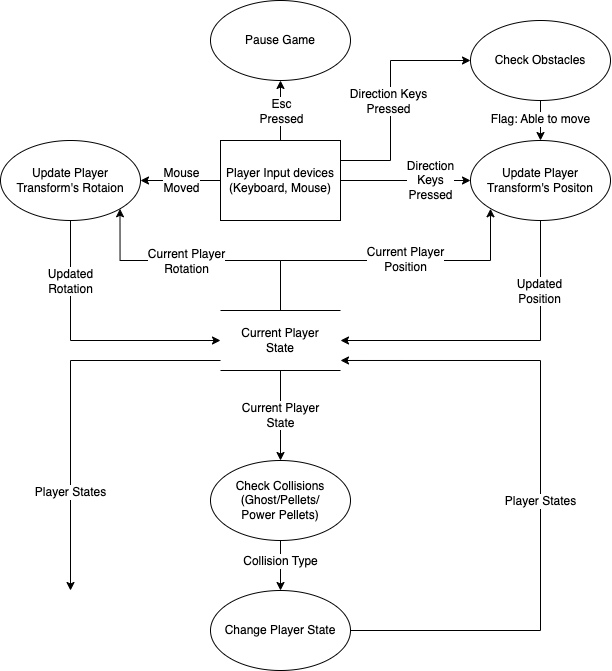
The draw.io diagram Pictures/DFD/PlayerControl_DFD.png in Mokmokhi/Pacman, before a commit. Source tidied: cells renumbered, new cells last; positions are measured from the earlier drawing's top-left corner, leaving out a move shared by most shapes.
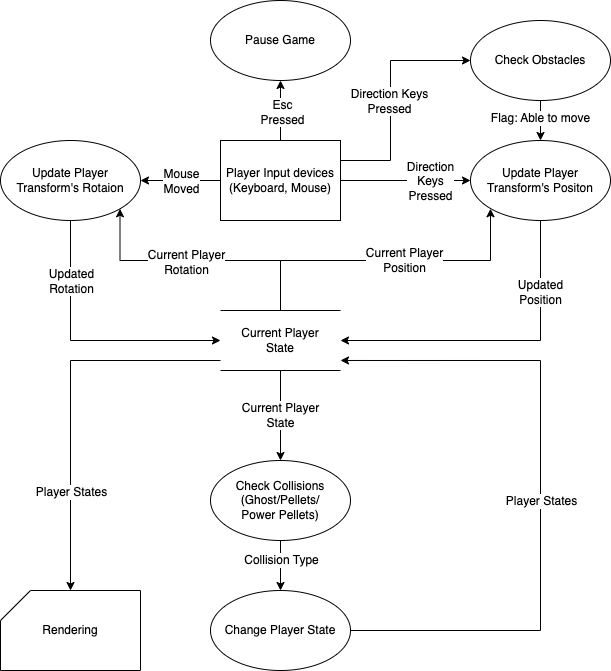
Later version of the same file.

Commit message:
Updated plyer dfd

Change to the diagram source:
```diff
@@ -147,5 +147,8 @@
     <mxCell id="33" value="Change Player State" style="ellipse;whiteSpace=wrap;html=1;rounded=0;" parent="1" vertex="1">
       <mxGeometry x="210" y="590" width="140" height="80" as="geometry" />
     </mxCell>
+    <mxCell id="34" value="Rendering" style="shape=card;whiteSpace=wrap;html=1;" parent="1" vertex="1">
+      <mxGeometry y="590" width="140" height="80" as="geometry" />
+    </mxCell>
   </root>
 </mxGraphModel>
```
